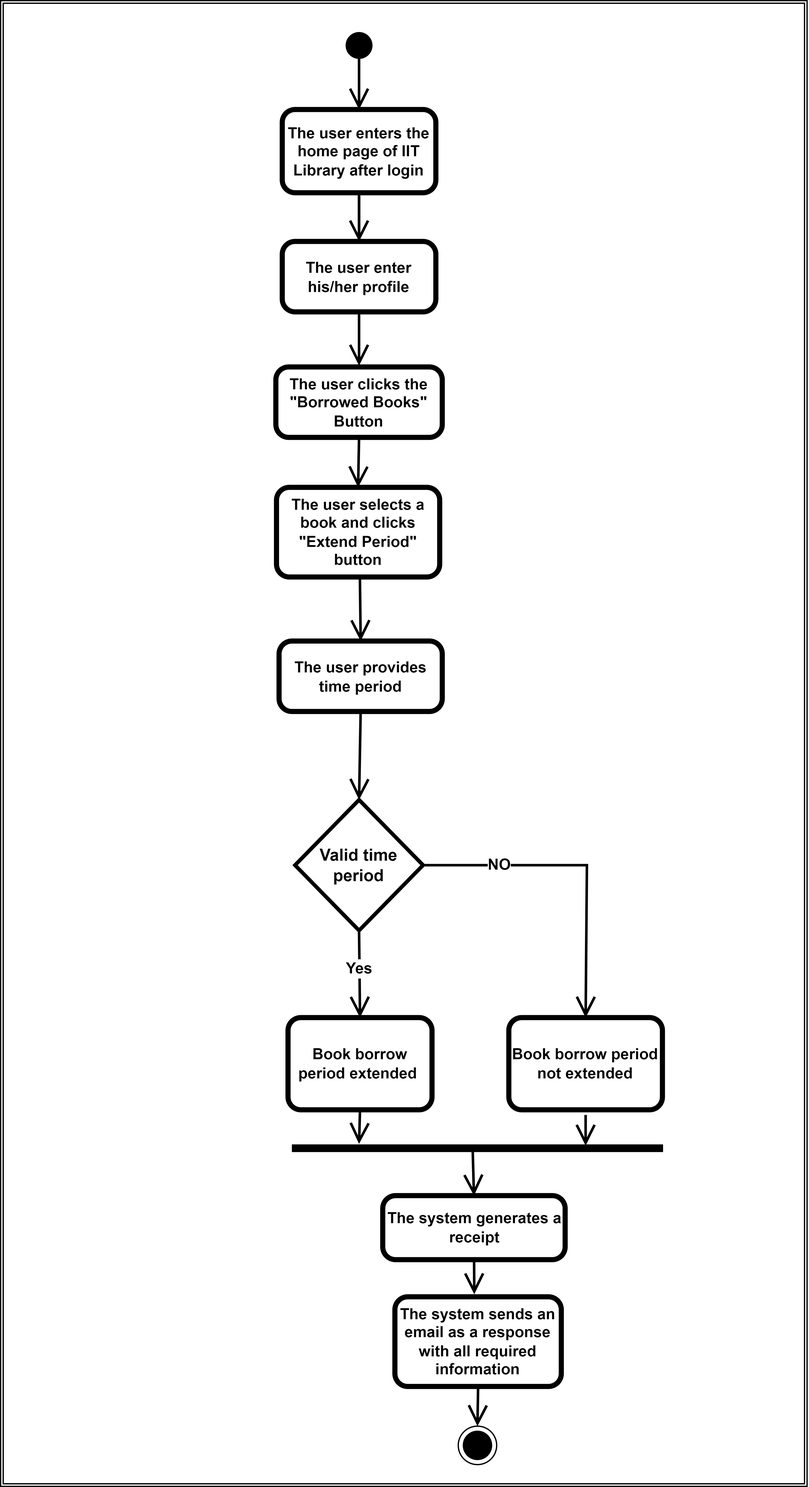
This is SRS/Activity Diagram/Activity Diagram 03.png from IIT-NSTU/IIT-Library-2.0, a draw.io export, as it was before one commit. Source tidied: cells renumbered, new cells last; positions are measured from the earlier drawing's top-left corner, leaving out a move shared by most shapes.
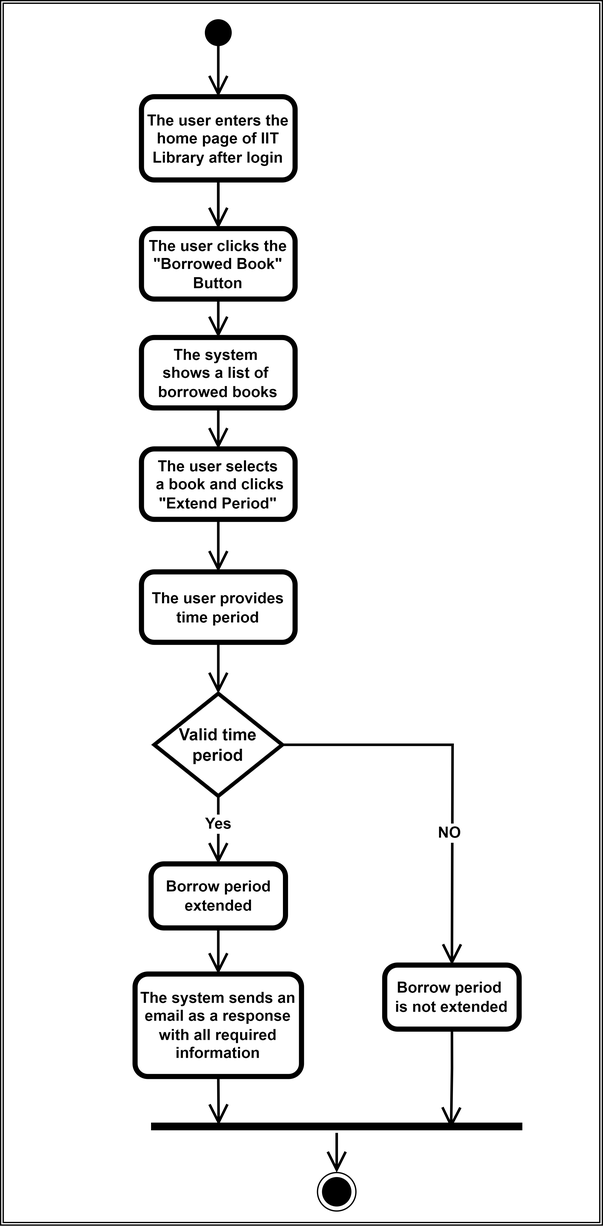
The same diagram one commit later.

What changed in the source:
```diff
@@ -2,102 +2,89 @@
   <root>
     <mxCell id="0" />
     <mxCell id="1" parent="0" />
-    <mxCell id="2" style="shape=ext;double=1;rounded=0;whiteSpace=wrap;html=1;fillStyle=solid;strokeColor=default;strokeWidth=1;fillColor=#FFFFFF;gradientColor=none;fontColor=#FFFFFF;" parent="1" vertex="1">
-      <mxGeometry width="630" height="1160" as="geometry" />
-    </mxCell>
-    <mxCell id="3" style="rounded=0;jettySize=auto;html=1;entryX=0.5;entryY=0;entryDx=0;entryDy=0;entryPerimeter=0;endArrow=open;endFill=0;endSize=12;strokeColor=#000000;strokeWidth=2;exitX=0.5;exitY=1;exitDx=0;exitDy=0;" parent="1" edge="1" source="9" target="7">
-      <mxGeometry relative="1" as="geometry" />
-    </mxCell>
-    <mxCell id="4" style="edgeStyle=orthogonalEdgeStyle;rounded=0;jettySize=auto;html=1;exitX=0.5;exitY=1;exitDx=0;exitDy=0;exitPerimeter=0;entryX=0.5;entryY=0;entryDx=0;entryDy=0;strokeColor=#000000;endArrow=open;endFill=0;endSize=12;strokeWidth=2;startArrow=none;" parent="1" edge="1" source="10" target="8">
-      <mxGeometry relative="1" as="geometry" />
-    </mxCell>
-    <mxCell id="5" style="edgeStyle=none;rounded=0;jettySize=auto;html=1;exitX=0.5;exitY=1;exitDx=0;exitDy=0;exitPerimeter=0;entryX=0.5;entryY=0;entryDx=0;entryDy=0;entryPerimeter=0;endArrow=open;endFill=0;endSize=12;strokeColor=#000000;strokeWidth=2;" parent="1" edge="1" source="7" target="12">
-      <mxGeometry relative="1" as="geometry" />
-    </mxCell>
-    <mxCell id="6" style="edgeStyle=none;rounded=0;jettySize=auto;html=1;fontSize=13;fontColor=#000000;startArrow=none;startFill=0;endArrow=open;endFill=0;startSize=12;endSize=12;strokeColor=#000000;strokeWidth=2;" parent="1" edge="1" source="7" target="12">
-      <mxGeometry relative="1" as="geometry" />
-    </mxCell>
+    <mxCell id="30" style="shape=ext;double=1;rounded=0;whiteSpace=wrap;html=1;fillStyle=solid;strokeColor=default;strokeWidth=1;fillColor=#FFFFFF;gradientColor=none;fontColor=#FFFFFF;" parent="1" vertex="1">
+      <mxGeometry x="110" y="4" width="470" height="956" as="geometry" />
+    </mxCell>
+    <mxCell id="31" style="rounded=0;jettySize=auto;html=1;entryX=0.5;entryY=0;entryDx=0;entryDy=0;entryPerimeter=0;endArrow=open;endFill=0;endSize=12;strokeColor=#000000;strokeWidth=2;exitX=0.5;exitY=1;exitDx=0;exitDy=0;" parent="1" edge="1" source="36" target="7">
+      <mxGeometry relative="1" as="geometry" />
+    </mxCell>
+    <mxCell id="32" style="edgeStyle=orthogonalEdgeStyle;rounded=0;jettySize=auto;html=1;exitX=0.5;exitY=1;exitDx=0;exitDy=0;exitPerimeter=0;entryX=0.5;entryY=0;entryDx=0;entryDy=0;strokeColor=#000000;endArrow=open;endFill=0;endSize=12;strokeWidth=2;startArrow=none;" parent="1" edge="1" source="45" target="35">
+      <mxGeometry relative="1" as="geometry" />
+    </mxCell>
+    <mxCell id="33" style="edgeStyle=none;rounded=0;jettySize=auto;html=1;exitX=0.5;exitY=1;exitDx=0;exitDy=0;exitPerimeter=0;entryX=0.5;entryY=0;entryDx=0;entryDy=0;entryPerimeter=0;endArrow=open;endFill=0;endSize=12;strokeColor=#000000;strokeWidth=2;" parent="1" edge="1" source="7" target="39">
+      <mxGeometry relative="1" as="geometry" />
+    </mxCell>
+    <mxCell id="34" style="edgeStyle=none;rounded=0;jettySize=auto;html=1;fontSize=13;fontColor=#000000;startArrow=none;startFill=0;endArrow=open;endFill=0;startSize=12;endSize=12;strokeColor=#000000;strokeWidth=2;" parent="1" edge="1" source="7" target="39">
+      <mxGeometry relative="1" as="geometry" />
+    </mxCell>
     <mxCell id="7" value="The user enters the home page of IIT Library after login" style="points=[[0.25,0,0],[0.5,0,0],[0.75,0,0],[1,0.25,0],[1,0.5,0],[1,0.75,0],[0.75,1,0],[0.5,1,0],[0.25,1,0],[0,0.75,0],[0,0.5,0],[0,0.25,0]];shape=mxgraph.bpmn.task;whiteSpace=wrap;rectStyle=rounded;size=10;bpmnShapeType=call;strokeColor=#000000;fontStyle=1;" parent="1" vertex="1">
-      <mxGeometry x="220" y="85" width="120" height="65" as="geometry" />
+      <mxGeometry x="220" y="79" width="120" height="65" as="geometry" />
     </mxCell>
-    <mxCell id="8" style="ellipse;html=1;shape=endState;fillColor=#000000;strokeColor=#000000;" parent="1" vertex="1">
-      <mxGeometry x="357.5" y="1113" width="30" height="30" as="geometry" />
-    </mxCell>
-    <mxCell id="9" style="ellipse;shape=doubleEllipse;whiteSpace=wrap;html=1;fillStyle=solid;strokeColor=default;strokeWidth=1;fillColor=#000000;gradientColor=none;" parent="1" vertex="1">
-      <mxGeometry x="270" y="25" width="20" height="20" as="geometry" />
-    </mxCell>
+    <mxCell id="35" style="ellipse;html=1;shape=endState;fillColor=#000000;strokeColor=#000000;" parent="1" vertex="1">
+      <mxGeometry x="357.5" y="919" width="30" height="30" as="geometry" />
+    </mxCell>
+    <mxCell id="36" style="ellipse;shape=doubleEllipse;whiteSpace=wrap;html=1;fillStyle=solid;strokeColor=default;strokeWidth=1;fillColor=#000000;gradientColor=none;" parent="1" vertex="1">
+      <mxGeometry x="270" y="19" width="20" height="20" as="geometry" />
+    </mxCell>
+    <mxCell id="37" style="edgeStyle=orthogonalEdgeStyle;rounded=0;jettySize=auto;html=1;exitX=0.5;exitY=1;exitDx=0;exitDy=0;exitPerimeter=0;entryX=0.182;entryY=0.4;entryDx=0;entryDy=0;entryPerimeter=0;endArrow=open;endFill=0;endSize=12;strokeWidth=2;" parent="1" edge="1" source="10" target="45">
+      <mxGeometry relative="1" as="geometry" />
+    </mxCell>
     <mxCell id="10" value="The system sends an email as a response with all required information" style="points=[[0.25,0,0],[0.5,0,0],[0.75,0,0],[1,0.25,0],[1,0.5,0],[1,0.75,0],[0.75,1,0],[0.5,1,0],[0.25,1,0],[0,0.75,0],[0,0.5,0],[0,0.25,0]];shape=mxgraph.bpmn.task;whiteSpace=wrap;rectStyle=rounded;size=10;bpmnShapeType=call;strokeColor=#000000;fontStyle=1;" parent="1" vertex="1">
-      <mxGeometry x="308" y="1012" width="130" height="70" as="geometry" />
+      <mxGeometry x="215" y="764" width="130" height="80" as="geometry" />
     </mxCell>
-    <mxCell id="11" style="edgeStyle=none;rounded=0;jettySize=auto;html=1;exitX=0.5;exitY=1;exitDx=0;exitDy=0;exitPerimeter=0;fontColor=#FFFFFF;endArrow=open;endFill=0;endSize=12;strokeColor=#000000;strokeWidth=2;" parent="1" edge="1" source="12">
-      <mxGeometry relative="1" as="geometry">
-        <mxPoint x="280" y="285" as="targetPoint" />
-      </mxGeometry>
-    </mxCell>
-    <mxCell id="12" value="The user enter his/her profile" style="points=[[0.25,0,0],[0.5,0,0],[0.75,0,0],[1,0.25,0],[1,0.5,0],[1,0.75,0],[0.75,1,0],[0.5,1,0],[0.25,1,0],[0,0.75,0],[0,0.5,0],[0,0.25,0]];shape=mxgraph.bpmn.task;whiteSpace=wrap;rectStyle=rounded;size=10;bpmnShapeType=call;strokeColor=#000000;fontStyle=1;" parent="1" vertex="1">
-      <mxGeometry x="220" y="188" width="120" height="55" as="geometry" />
-    </mxCell>
-    <mxCell id="13" style="edgeStyle=none;rounded=0;jettySize=auto;html=1;fontColor=#FFFFFF;startArrow=none;startFill=0;endArrow=open;endFill=0;startSize=12;endSize=12;strokeColor=#000000;strokeWidth=2;entryX=0.5;entryY=0;entryDx=0;entryDy=0;entryPerimeter=0;" parent="1" edge="1" target="27">
-      <mxGeometry relative="1" as="geometry">
-        <mxPoint x="280" y="395" as="sourcePoint" />
-      </mxGeometry>
-    </mxCell>
+    <mxCell id="38" style="edgeStyle=none;rounded=0;jettySize=auto;html=1;exitX=0.5;exitY=1;exitDx=0;exitDy=0;exitPerimeter=0;fontColor=#FFFFFF;endArrow=open;endFill=0;endSize=12;strokeColor=#000000;strokeWidth=2;entryX=0.5;entryY=0;entryDx=0;entryDy=0;entryPerimeter=0;" parent="1" edge="1" source="39" target="47">
+      <mxGeometry relative="1" as="geometry" />
+    </mxCell>
+    <mxCell id="39" value="The user clicks the &quot;Borrowed Book&quot; Button" style="points=[[0.25,0,0],[0.5,0,0],[0.75,0,0],[1,0.25,0],[1,0.5,0],[1,0.75,0],[0.75,1,0],[0.5,1,0],[0.25,1,0],[0,0.75,0],[0,0.5,0],[0,0.25,0]];shape=mxgraph.bpmn.task;whiteSpace=wrap;rectStyle=rounded;size=10;bpmnShapeType=call;strokeColor=#000000;fontStyle=1;" parent="1" vertex="1">
+      <mxGeometry x="220" y="182" width="120" height="55" as="geometry" />
+    </mxCell>
+    <mxCell id="40" style="edgeStyle=none;rounded=0;jettySize=auto;html=1;fontColor=#FFFFFF;startArrow=none;startFill=0;endArrow=open;endFill=0;startSize=12;endSize=12;strokeColor=#000000;strokeWidth=2;entryX=0.5;entryY=0;entryDx=0;entryDy=0;entryPerimeter=0;" parent="1" edge="1" target="27">
+      <mxGeometry relative="1" as="geometry">
+        <mxPoint x="280" y="394" as="sourcePoint" />
+      </mxGeometry>
+    </mxCell>
-    <mxCell id="14" value="Yes" style="edgeStyle=none;rounded=0;jettySize=auto;html=1;fontSize=12;fontColor=#000000;startArrow=none;startFill=0;endArrow=open;endFill=0;startSize=12;endSize=12;strokeColor=#000000;strokeWidth=2;entryX=0.5;entryY=0;entryDx=0;entryDy=0;entryPerimeter=0;exitX=0.5;exitY=1;exitDx=0;exitDy=0;exitPerimeter=0;spacingTop=-10;fontStyle=1;" parent="1" edge="1" source="16" target="18">
+    <mxCell id="14" value="Yes" style="edgeStyle=none;rounded=0;jettySize=auto;html=1;fontSize=12;fontColor=#000000;startArrow=none;startFill=0;endArrow=open;endFill=0;startSize=12;endSize=12;strokeColor=#000000;strokeWidth=2;entryX=0.5;entryY=0;entryDx=0;entryDy=0;entryPerimeter=0;exitX=0.5;exitY=1;exitDx=0;exitDy=0;exitPerimeter=0;spacingTop=-10;fontStyle=1;" parent="1" edge="1" source="16" target="42">
       <mxGeometry relative="1" as="geometry" />
     </mxCell>
-    <mxCell id="15" value="NO" style="edgeStyle=none;rounded=0;jettySize=auto;html=1;exitX=1;exitY=0.5;exitDx=0;exitDy=0;exitPerimeter=0;entryX=0.5;entryY=0;entryDx=0;entryDy=0;entryPerimeter=0;fontSize=12;fontColor=#000000;startArrow=none;startFill=0;endArrow=open;endFill=0;startSize=12;endSize=12;strokeColor=#000000;strokeWidth=2;fontStyle=1;labelPosition=left;verticalLabelPosition=middle;align=right;verticalAlign=middle;spacingLeft=5;spacingBottom=0;spacingRight=53;" parent="1" edge="1" source="16" target="19">
+    <mxCell id="15" value="NO" style="edgeStyle=none;rounded=0;jettySize=auto;html=1;exitX=1;exitY=0.5;exitDx=0;exitDy=0;exitPerimeter=0;entryX=0.5;entryY=0;entryDx=0;entryDy=0;entryPerimeter=0;fontSize=12;fontColor=#000000;startArrow=none;startFill=0;endArrow=open;endFill=0;startSize=12;endSize=12;strokeColor=#000000;strokeWidth=2;fontStyle=1;labelPosition=left;verticalLabelPosition=middle;align=right;verticalAlign=middle;spacingLeft=0;spacingBottom=-100;spacingRight=-8;" parent="1" edge="1" source="16" target="44">
       <mxGeometry relative="1" as="geometry">
         <Array as="points">
-          <mxPoint x="458" y="675" />
+          <mxPoint x="463" y="585" />
         </Array>
       </mxGeometry>
     </mxCell>
     <mxCell id="16" value="&lt;font color=&quot;#000000&quot; style=&quot;font-size: 13px;&quot;&gt;Valid time period&lt;/font&gt;" style="strokeWidth=3;html=1;shape=mxgraph.flowchart.decision;whiteSpace=wrap;fillStyle=solid;fontColor=#FFFFFF;fillColor=#FFFFFF;gradientColor=none;fontSize=13;fontStyle=1;" parent="1" vertex="1">
-      <mxGeometry x="230" y="624" width="100" height="102" as="geometry" />
+      <mxGeometry x="230" y="545" width="100" height="80" as="geometry" />
     </mxCell>
-    <mxCell id="17" style="edgeStyle=none;rounded=0;jettySize=auto;html=1;exitX=0.5;exitY=1;exitDx=0;exitDy=0;exitPerimeter=0;fontSize=13;fontColor=#000000;startArrow=none;startFill=0;endArrow=open;endFill=0;startSize=12;endSize=12;strokeColor=#000000;strokeWidth=2;entryX=0.181;entryY=0.394;entryDx=0;entryDy=0;entryPerimeter=0;" parent="1" edge="1" source="18" target="21">
-      <mxGeometry relative="1" as="geometry" />
-    </mxCell>
-    <mxCell id="18" value="Book borrow period extended " style="points=[[0.25,0,0],[0.5,0,0],[0.75,0,0],[1,0.25,0],[1,0.5,0],[1,0.75,0],[0.75,1,0],[0.5,1,0],[0.25,1,0],[0,0.75,0],[0,0.5,0],[0,0.25,0]];shape=mxgraph.bpmn.task;whiteSpace=wrap;rectStyle=rounded;size=10;bpmnShapeType=call;strokeColor=#000000;fontStyle=1;" parent="1" vertex="1">
-      <mxGeometry x="224.5" y="794" width="112.5" height="72" as="geometry" />
-    </mxCell>
-    <mxCell id="19" value="Book borrow period not extended" style="points=[[0.25,0,0],[0.5,0,0],[0.75,0,0],[1,0.25,0],[1,0.5,0],[1,0.75,0],[0.75,1,0],[0.5,1,0],[0.25,1,0],[0,0.75,0],[0,0.5,0],[0,0.25,0]];shape=mxgraph.bpmn.task;whiteSpace=wrap;rectStyle=rounded;size=10;bpmnShapeType=call;strokeColor=#000000;fontStyle=1;" parent="1" vertex="1">
-      <mxGeometry x="397" y="794" width="120" height="72" as="geometry" />
-    </mxCell>
-    <mxCell id="20" style="edgeStyle=none;rounded=0;jettySize=auto;html=1;fontSize=12;fontColor=#000000;startArrow=none;startFill=0;endArrow=open;endFill=0;startSize=12;endSize=12;strokeColor=#000000;strokeWidth=2;entryX=0.5;entryY=0;entryDx=0;entryDy=0;entryPerimeter=0;exitX=0.487;exitY=0.499;exitDx=0;exitDy=0;exitPerimeter=0;" parent="1" edge="1" source="21" target="29">
-      <mxGeometry relative="1" as="geometry" />
-    </mxCell>
-    <mxCell id="21" style="line;strokeWidth=6;html=1;fillStyle=solid;fontColor=#FFFFFF;fillColor=#FFFFFF;gradientColor=none;" parent="1" vertex="1">
-      <mxGeometry x="227.5" y="880" width="290" height="32" as="geometry" />
-    </mxCell>
-    <mxCell id="22" style="edgeStyle=none;rounded=0;orthogonalLoop=1;jettySize=auto;html=1;fontSize=13;fontColor=#000000;startArrow=none;startFill=0;endArrow=open;endFill=0;startSize=12;endSize=12;strokeColor=#000000;strokeWidth=2;exitX=0.5;exitY=1;exitDx=0;exitDy=0;exitPerimeter=0;" parent="1" edge="1">
-      <mxGeometry relative="1" as="geometry">
-        <mxPoint x="457" y="870" as="sourcePoint" />
-        <mxPoint x="457" y="894" as="targetPoint" />
-      </mxGeometry>
-    </mxCell>
-    <mxCell id="23" style="edgeStyle=none;rounded=0;jettySize=auto;html=1;entryX=0.5;entryY=0;entryDx=0;entryDy=0;entryPerimeter=0;fontSize=12;fontColor=#000000;startArrow=none;startFill=0;endArrow=open;endFill=0;startSize=12;endSize=12;strokeColor=#000000;strokeWidth=2;exitX=0.5;exitY=1;exitDx=0;exitDy=0;exitPerimeter=0;" parent="1" edge="1" source="24" target="25">
-      <mxGeometry relative="1" as="geometry" />
-    </mxCell>
-    <mxCell id="24" value="The user clicks the &quot;Borrowed Books&quot; Button" style="points=[[0.25,0,0],[0.5,0,0],[0.75,0,0],[1,0.25,0],[1,0.5,0],[1,0.75,0],[0.75,1,0],[0.5,1,0],[0.25,1,0],[0,0.75,0],[0,0.5,0],[0,0.25,0]];shape=mxgraph.bpmn.task;whiteSpace=wrap;rectStyle=rounded;size=10;bpmnShapeType=call;strokeColor=#000000;fontStyle=1;" parent="1" vertex="1">
-      <mxGeometry x="215" y="286" width="130" height="55" as="geometry" />
-    </mxCell>
-    <mxCell id="25" value="The user selects a book and clicks &quot;Extend Period&quot; button" style="points=[[0.25,0,0],[0.5,0,0],[0.75,0,0],[1,0.25,0],[1,0.5,0],[1,0.75,0],[0.75,1,0],[0.5,1,0],[0.25,1,0],[0,0.75,0],[0,0.5,0],[0,0.25,0]];shape=mxgraph.bpmn.task;whiteSpace=wrap;rectStyle=rounded;size=10;bpmnShapeType=call;strokeColor=#000000;fontStyle=1;" parent="1" vertex="1">
-      <mxGeometry x="215.5" y="380" width="127.5" height="70" as="geometry" />
-    </mxCell>
+    <mxCell id="41" style="edgeStyle=orthogonalEdgeStyle;rounded=0;jettySize=auto;html=1;exitX=0.5;exitY=1;exitDx=0;exitDy=0;exitPerimeter=0;endArrow=open;endFill=0;endSize=12;strokeWidth=2;entryX=0.5;entryY=0;entryDx=0;entryDy=0;entryPerimeter=0;" parent="1" edge="1" source="42" target="10">
+      <mxGeometry relative="1" as="geometry" />
+    </mxCell>
+    <mxCell id="42" value="Borrow period extended" style="points=[[0.25,0,0],[0.5,0,0],[0.75,0,0],[1,0.25,0],[1,0.5,0],[1,0.75,0],[0.75,1,0],[0.5,1,0],[0.25,1,0],[0,0.75,0],[0,0.5,0],[0,0.25,0]];shape=mxgraph.bpmn.task;whiteSpace=wrap;rectStyle=rounded;size=10;bpmnShapeType=call;strokeColor=#000000;fontStyle=1;" parent="1" vertex="1">
+      <mxGeometry x="227.5" y="678" width="105" height="50" as="geometry" />
+    </mxCell>
+    <mxCell id="43" style="edgeStyle=orthogonalEdgeStyle;rounded=0;jettySize=auto;html=1;exitX=0.5;exitY=1;exitDx=0;exitDy=0;exitPerimeter=0;entryX=0.808;entryY=0.638;entryDx=0;entryDy=0;entryPerimeter=0;endArrow=open;endFill=0;endSize=12;strokeWidth=2;" parent="1" edge="1" source="44" target="45">
+      <mxGeometry relative="1" as="geometry" />
+    </mxCell>
+    <mxCell id="44" value="Borrow period &#10;is not extended" style="points=[[0.25,0,0],[0.5,0,0],[0.75,0,0],[1,0.25,0],[1,0.5,0],[1,0.75,0],[0.75,1,0],[0.5,1,0],[0.25,1,0],[0,0.75,0],[0,0.5,0],[0,0.25,0]];shape=mxgraph.bpmn.task;whiteSpace=wrap;rectStyle=rounded;size=10;bpmnShapeType=call;strokeColor=#000000;fontStyle=1;" parent="1" vertex="1">
+      <mxGeometry x="410" y="757" width="105" height="50" as="geometry" />
+    </mxCell>
+    <mxCell id="45" style="line;strokeWidth=6;html=1;fillStyle=solid;fontColor=#FFFFFF;fillColor=#FFFFFF;gradientColor=none;" parent="1" vertex="1">
+      <mxGeometry x="227.5" y="878" width="290" height="10" as="geometry" />
+    </mxCell>
+    <mxCell id="46" style="edgeStyle=orthogonalEdgeStyle;rounded=0;jettySize=auto;html=1;exitX=0.5;exitY=1;exitDx=0;exitDy=0;exitPerimeter=0;entryX=0.5;entryY=0;entryDx=0;entryDy=0;entryPerimeter=0;endArrow=open;endFill=0;endSize=12;strokeWidth=2;" parent="1" edge="1" source="47" target="48">
+      <mxGeometry relative="1" as="geometry" />
+    </mxCell>
+    <mxCell id="47" value="The system &#10;shows a list of &#10;borrowed books" style="points=[[0.25,0,0],[0.5,0,0],[0.75,0,0],[1,0.25,0],[1,0.5,0],[1,0.75,0],[0.75,1,0],[0.5,1,0],[0.25,1,0],[0,0.75,0],[0,0.5,0],[0,0.25,0]];shape=mxgraph.bpmn.task;whiteSpace=wrap;rectStyle=rounded;size=10;bpmnShapeType=call;strokeColor=#000000;fontStyle=1;" parent="1" vertex="1">
+      <mxGeometry x="220" y="267" width="120" height="55" as="geometry" />
+    </mxCell>
+    <mxCell id="48" value="The user selects&#10; a book and clicks &quot;Extend Period&quot;" style="points=[[0.25,0,0],[0.5,0,0],[0.75,0,0],[1,0.25,0],[1,0.5,0],[1,0.75,0],[0.75,1,0],[0.5,1,0],[0.25,1,0],[0,0.75,0],[0,0.5,0],[0,0.25,0]];shape=mxgraph.bpmn.task;whiteSpace=wrap;rectStyle=rounded;size=10;bpmnShapeType=call;strokeColor=#000000;fontStyle=1;" parent="1" vertex="1">
+      <mxGeometry x="220" y="354" width="120" height="55" as="geometry" />
+    </mxCell>
-    <mxCell id="26" style="edgeStyle=none;rounded=0;jettySize=auto;html=1;entryX=0.5;entryY=0;entryDx=0;entryDy=0;entryPerimeter=0;fontSize=12;fontColor=#000000;startArrow=none;startFill=0;endArrow=open;endFill=0;startSize=12;endSize=12;strokeColor=#000000;strokeWidth=2;exitX=0.5;exitY=1;exitDx=0;exitDy=0;exitPerimeter=0;" parent="1" edge="1" source="27" target="16">
+    <mxCell id="26" style="edgeStyle=orthogonalEdgeStyle;rounded=0;jettySize=auto;html=1;entryX=0.5;entryY=0;entryDx=0;entryDy=0;entryPerimeter=0;endArrow=open;endFill=0;endSize=12;strokeWidth=2;" parent="1" edge="1" source="27" target="16">
       <mxGeometry relative="1" as="geometry" />
     </mxCell>
     <mxCell id="27" value="The user provides time period" style="points=[[0.25,0,0],[0.5,0,0],[0.75,0,0],[1,0.25,0],[1,0.5,0],[1,0.75,0],[0.75,1,0],[0.5,1,0],[0.25,1,0],[0,0.75,0],[0,0.5,0],[0,0.25,0]];shape=mxgraph.bpmn.task;whiteSpace=wrap;rectStyle=rounded;size=10;bpmnShapeType=call;strokeColor=#000000;fontStyle=1;" parent="1" vertex="1">
-      <mxGeometry x="217.5" y="500" width="127.5" height="55" as="geometry" />
+      <mxGeometry x="220" y="450" width="120" height="55" as="geometry" />
     </mxCell>
-    <mxCell id="28" style="edgeStyle=none;rounded=0;jettySize=auto;html=1;fontSize=12;fontColor=#000000;startArrow=none;startFill=0;endArrow=open;endFill=0;startSize=12;endSize=12;strokeColor=#000000;strokeWidth=2;" parent="1" edge="1" source="29">
-      <mxGeometry relative="1" as="geometry">
-        <mxPoint x="370" y="1010" as="targetPoint" />
-      </mxGeometry>
-    </mxCell>
-    <mxCell id="29" value="The system generates a receipt" style="points=[[0.25,0,0],[0.5,0,0],[0.75,0,0],[1,0.25,0],[1,0.5,0],[1,0.75,0],[0.75,1,0],[0.5,1,0],[0.25,1,0],[0,0.75,0],[0,0.5,0],[0,0.25,0]];shape=mxgraph.bpmn.task;whiteSpace=wrap;rectStyle=rounded;size=10;bpmnShapeType=call;strokeColor=#000000;fontStyle=1;" parent="1" vertex="1">
-      <mxGeometry x="298.5" y="933" width="142.5" height="50" as="geometry" />
-    </mxCell>
   </root>
 </mxGraphModel>
```
